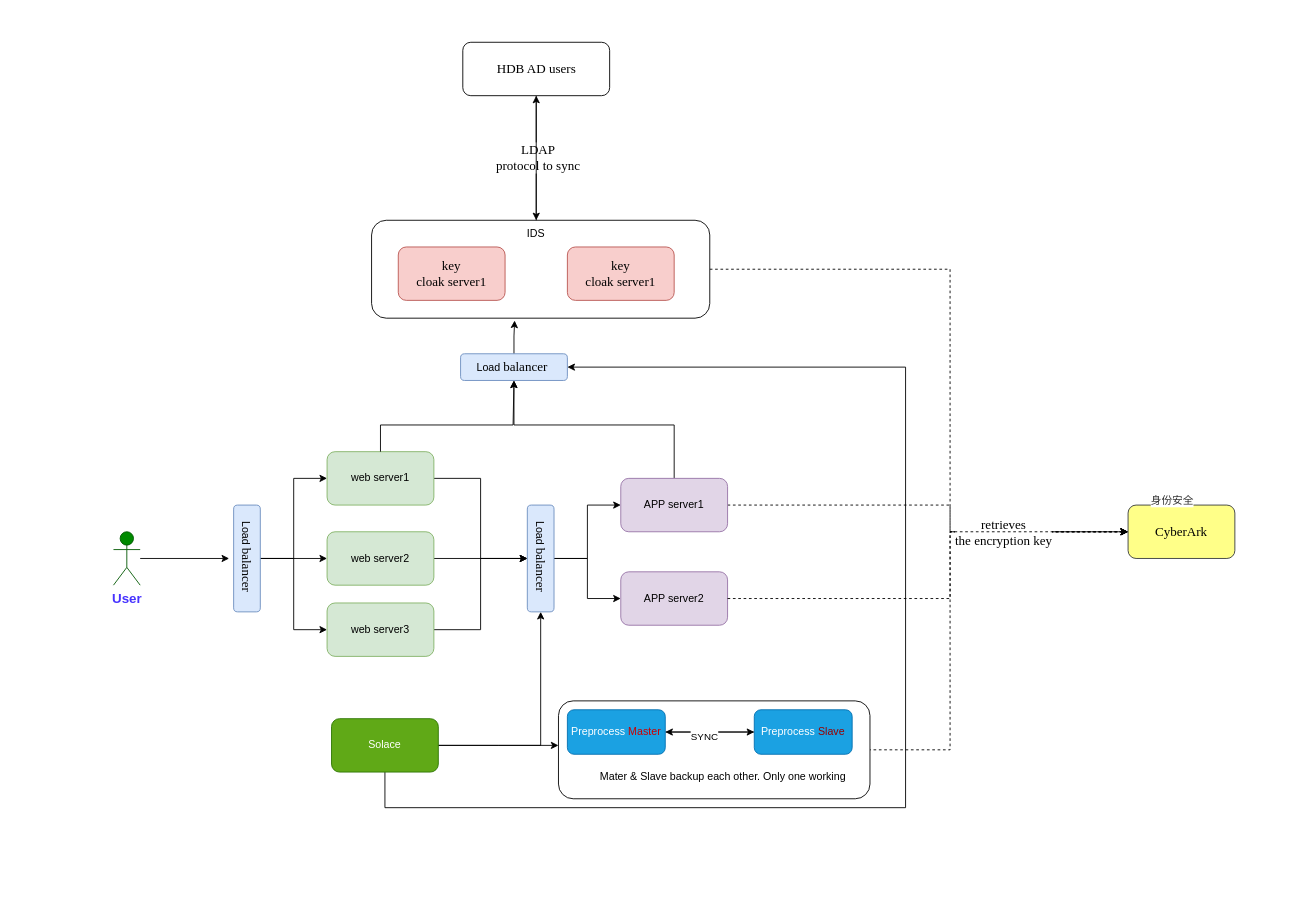
The draw.io diagram page "System Arth" (3 of 3) of design-uml/src/main/Untitled Diagram.drawio in alvin-zj/MyUml, before the edit. Source tidied: cells renumbered, new cells numbered last; positions are measured from the earlier drawing's top-left corner, leaving out a move shared by most shapes. Both pictures are drawn from the tidied source at 89%, with x=0, y=0 at pixel (113, 42).
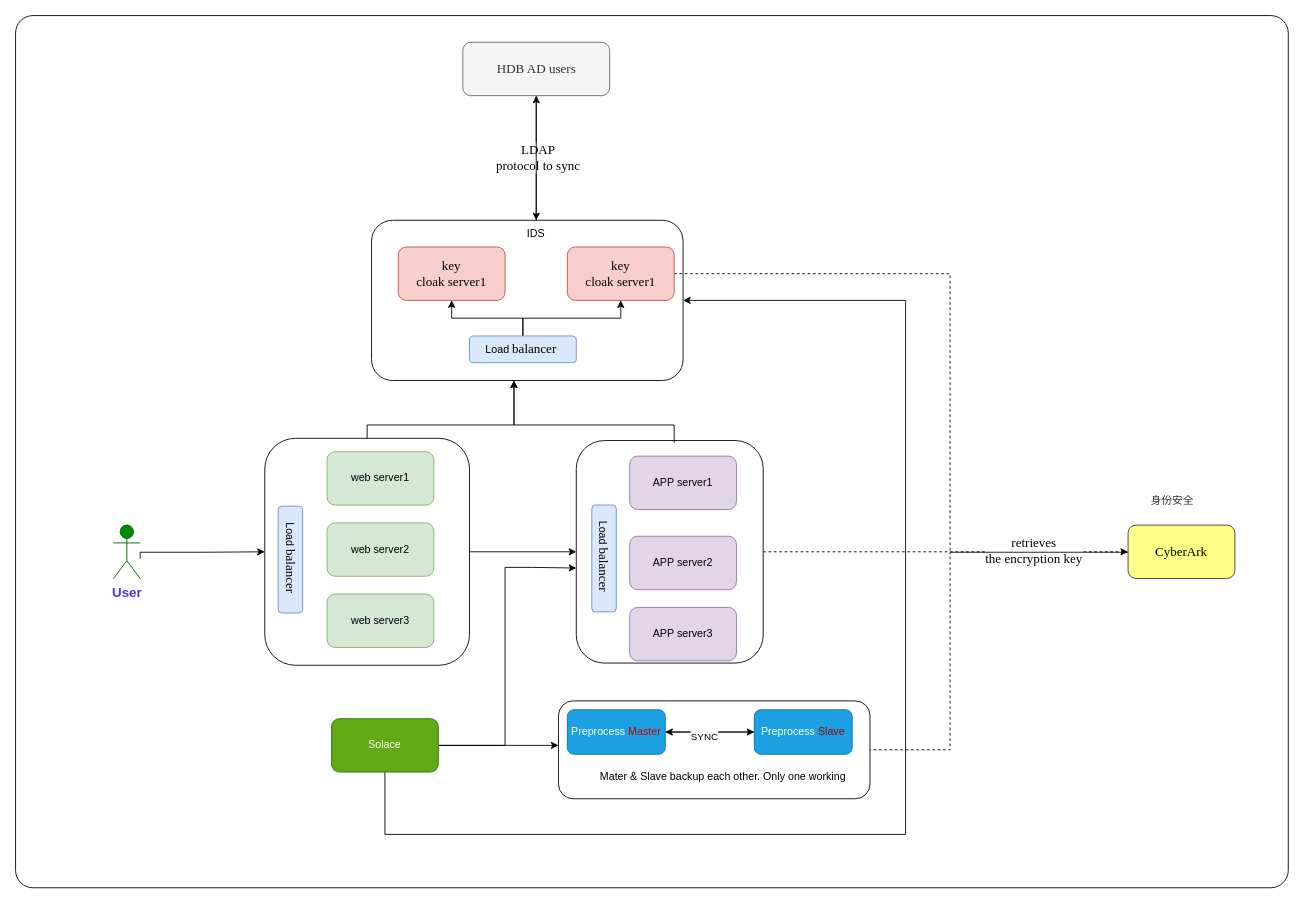
Above is the later version.

Unchanged cells that the change refers to:
```xml
<mxCell id="7" value="web server1" style="rounded=1;whiteSpace=wrap;html=1;fillColor=#d5e8d4;strokeColor=#82b366;" parent="1" vertex="1">
  <mxGeometry x="240" y="460" width="120" height="60" as="geometry" />
</mxCell>
<mxCell id="15" value="&lt;span lang=&quot;EN-US&quot; style=&quot;font-size:11.0pt;line-height:&amp;lt;br/&amp;gt;107%;font-family:&amp;quot;Times New Roman&amp;quot;,serif;mso-fareast-font-family:等线;mso-fareast-theme-font:&amp;lt;br/&amp;gt;minor-fareast;mso-bidi-font-family:Arial;mso-bidi-theme-font:minor-bidi;&amp;lt;br/&amp;gt;mso-ansi-language:EN-US;mso-fareast-language:ZH-CN;mso-bidi-language:AR-SA&quot;&gt;key&lt;br&gt;cloak server1&lt;/span&gt;" style="rounded=1;whiteSpace=wrap;html=1;fillColor=#f8cecc;strokeColor=#b85450;" parent="1" vertex="1">
  <mxGeometry x="320" y="230" width="120" height="60" as="geometry" />
</mxCell>
<mxCell id="16" value="&lt;span lang=&quot;EN-US&quot; style=&quot;font-size:11.0pt;line-height:&amp;lt;br/&amp;gt;107%;font-family:&amp;quot;Times New Roman&amp;quot;,serif;mso-fareast-font-family:等线;mso-fareast-theme-font:&amp;lt;br/&amp;gt;minor-fareast;mso-bidi-font-family:Arial;mso-bidi-theme-font:minor-bidi;&amp;lt;br/&amp;gt;mso-ansi-language:EN-US;mso-fareast-language:ZH-CN;mso-bidi-language:AR-SA&quot;&gt;key&lt;br&gt;cloak server1&lt;/span&gt;" style="rounded=1;whiteSpace=wrap;html=1;fillColor=#f8cecc;strokeColor=#b85450;" parent="1" vertex="1">
  <mxGeometry x="510" y="230" width="120" height="60" as="geometry" />
</mxCell>
<mxCell id="39" value="Solace" style="rounded=1;whiteSpace=wrap;html=1;fillColor=#60a917;fontColor=#ffffff;strokeColor=#2D7600;" parent="1" vertex="1">
  <mxGeometry x="245" y="760" width="120" height="60" as="geometry" />
</mxCell>
```

Change to the diagram source:
```diff
@@
+    <mxCell id="50" style="rounded=1;whiteSpace=wrap;html=1;arcSize=2;" parent="1" vertex="1">
+      <mxGeometry x="-110" y="-30" width="1430" height="980" as="geometry" />
+    </mxCell>
+    <mxCell id="51" style="edgeStyle=orthogonalEdgeStyle;rounded=0;jettySize=auto;html=1;entryX=0;entryY=0.5;entryDx=0;entryDy=0;dashed=1;flowAnimation=1;" parent="1" edge="1" source="53" target="46">
+      <mxGeometry relative="1" as="geometry" />
+    </mxCell>
+    <mxCell id="52" value="&lt;span style=&quot;font-family: &amp;quot;Times New Roman&amp;quot;, serif; font-size: 14.6667px;&quot;&gt;retrieves&lt;/span&gt;&lt;br style=&quot;font-family: &amp;quot;Times New Roman&amp;quot;, serif; font-size: 14.6667px;&quot;&gt;&lt;span style=&quot;font-family: &amp;quot;Times New Roman&amp;quot;, serif; font-size: 14.6667px;&quot;&gt;the encryption key&lt;/span&gt;" style="edgeLabel;html=1;align=center;verticalAlign=middle;" parent="51" vertex="1">
+      <mxGeometry x="0.48" y="1" relative="1" as="geometry" />
+    </mxCell>
+    <mxCell id="53" style="rounded=1;whiteSpace=wrap;html=1;" parent="1" vertex="1">
+      <mxGeometry x="520" y="447.5" width="210" height="250" as="geometry" />
+    </mxCell>
+    <mxCell id="54" style="edgeStyle=orthogonalEdgeStyle;rounded=0;jettySize=auto;html=1;entryX=0;entryY=0.5;entryDx=0;entryDy=0;" parent="1" edge="1" source="55" target="53">
+      <mxGeometry relative="1" as="geometry" />
+    </mxCell>
+    <mxCell id="55" style="rounded=1;whiteSpace=wrap;html=1;" parent="1" vertex="1">
+      <mxGeometry x="170" y="445" width="230" height="255" as="geometry" />
+    </mxCell>
     <mxCell id="2" style="edgeStyle=orthogonalEdgeStyle;rounded=0;jettySize=auto;html=1;entryX=0;entryY=0.5;entryDx=0;entryDy=0;dashed=1;flowAnimation=1;" parent="1" edge="1" target="46">
       <mxGeometry relative="1" as="geometry">
         <mxPoint x="800" y="795" as="sourcePoint" />
         <Array as="points">
           <mxPoint x="940" y="795" />
-          <mxPoint x="940" y="550" />
+          <mxPoint x="940" y="573" />
+          <mxPoint x="1190" y="573" />
         </Array>
       </mxGeometry>
     </mxCell>
@@
-    <mxCell id="4" style="edgeStyle=orthogonalEdgeStyle;rounded=0;jettySize=auto;html=1;entryX=0;entryY=0.5;entryDx=0;entryDy=0;dashed=1;flowAnimation=1;" parent="1" edge="1" target="46">
-      <mxGeometry relative="1" as="geometry">
-        <mxPoint x="640" y="255" as="sourcePoint" />
-        <Array as="points">
-          <mxPoint x="940" y="255" />
-          <mxPoint x="940" y="550" />
-        </Array>
-      </mxGeometry>
-    </mxCell>
-    <mxCell id="5" style="rounded=1;whiteSpace=wrap;html=1;" parent="1" vertex="1">
-      <mxGeometry x="290" y="200" width="380" height="110" as="geometry" />
+    <mxCell id="5" style="rounded=1;whiteSpace=wrap;html=1;arcSize=13;" parent="1" vertex="1">
+      <mxGeometry x="290" y="200" width="350" height="180" as="geometry" />
     </mxCell>
-    <mxCell id="6" style="edgeStyle=orthogonalEdgeStyle;rounded=0;jettySize=auto;html=1;entryX=0.5;entryY=1;entryDx=0;entryDy=0;" parent="1" edge="1" source="7" target="31">
-      <mxGeometry relative="1" as="geometry" />
-    </mxCell>
@@
-    <mxCell id="8" style="edgeStyle=orthogonalEdgeStyle;rounded=0;jettySize=auto;html=1;" parent="1" edge="1" source="10">
+    <mxCell id="8" style="edgeStyle=orthogonalEdgeStyle;rounded=0;orthogonalLoop=1;jettySize=auto;html=1;" parent="1" edge="1">
       <mxGeometry relative="1" as="geometry">
+        <mxPoint x="630" y="450" as="sourcePoint" />
         <mxPoint x="450" y="380" as="targetPoint" />
         <Array as="points">
           <mxPoint x="630" y="430" />
           <mxPoint x="450" y="430" />
         </Array>
       </mxGeometry>
     </mxCell>
-    <mxCell id="9" style="edgeStyle=orthogonalEdgeStyle;rounded=0;jettySize=auto;html=1;flowAnimation=1;dashed=1;entryX=0;entryY=0.5;entryDx=0;entryDy=0;" parent="1" edge="1" source="10" target="46">
-      <mxGeometry relative="1" as="geometry">
-        <Array as="points">
-          <mxPoint x="940" y="520" />
-          <mxPoint x="940" y="550" />
-        </Array>
-      </mxGeometry>
-    </mxCell>
     <mxCell id="10" value="APP server1" style="rounded=1;whiteSpace=wrap;html=1;fillColor=#e1d5e7;strokeColor=#9673a6;" parent="1" vertex="1">
-      <mxGeometry x="570" y="490" width="120" height="60" as="geometry" />
+      <mxGeometry x="580" y="465" width="120" height="60" as="geometry" />
     </mxCell>
-    <mxCell id="11" style="edgeStyle=orthogonalEdgeStyle;rounded=0;jettySize=auto;html=1;entryX=0.5;entryY=1;entryDx=0;entryDy=0;" parent="1" edge="1" source="12" target="31">
-      <mxGeometry relative="1" as="geometry" />
-    </mxCell>
     <mxCell id="12" value="web server2" style="rounded=1;whiteSpace=wrap;html=1;fillColor=#d5e8d4;strokeColor=#82b366;" parent="1" vertex="1">
-      <mxGeometry x="240" y="550" width="120" height="60" as="geometry" />
+      <mxGeometry x="240" y="540" width="120" height="60" as="geometry" />
     </mxCell>
-    <mxCell id="13" style="edgeStyle=orthogonalEdgeStyle;rounded=0;jettySize=auto;html=1;entryX=0.5;entryY=1;entryDx=0;entryDy=0;" parent="1" edge="1" source="14" target="31">
-      <mxGeometry relative="1" as="geometry" />
-    </mxCell>
     <mxCell id="14" value="web server3" style="rounded=1;whiteSpace=wrap;html=1;fillColor=#d5e8d4;strokeColor=#82b366;" parent="1" vertex="1">
-      <mxGeometry x="240" y="630" width="120" height="60" as="geometry" />
+      <mxGeometry x="240" y="620" width="120" height="60" as="geometry" />
     </mxCell>
@@
+    <mxCell id="56" style="edgeStyle=orthogonalEdgeStyle;rounded=0;jettySize=auto;html=1;dashed=1;flowAnimation=1;" parent="1" edge="1" source="16">
+      <mxGeometry relative="1" as="geometry">
+        <mxPoint x="1190" y="573" as="targetPoint" />
+        <Array as="points">
+          <mxPoint x="940" y="260" />
+          <mxPoint x="940" y="573" />
+        </Array>
+      </mxGeometry>
+    </mxCell>
@@
-    <mxCell id="17" style="edgeStyle=orthogonalEdgeStyle;rounded=0;orthogonalLoop=1;jettySize=auto;html=1;dashed=1;flowAnimation=1;entryX=0;entryY=0.5;entryDx=0;entryDy=0;exitX=0;exitY=0.5;exitDx=0;exitDy=0;" parent="1" edge="1" source="46" target="46">
-      <mxGeometry relative="1" as="geometry">
-        <Array as="points">
-          <mxPoint x="940" y="550" />
-          <mxPoint x="940" y="550" />
-        </Array>
-      </mxGeometry>
-    </mxCell>
-    <mxCell id="18" value="&lt;span lang=&quot;EN-SG&quot; style=&quot;font-size:11.0pt;line-height:&lt;br/&gt;107%;font-family:&amp;quot;Times New Roman&amp;quot;,serif;mso-fareast-font-family:等线;mso-fareast-theme-font:&lt;br/&gt;minor-fareast;mso-bidi-font-family:Arial;mso-bidi-theme-font:minor-bidi;&lt;br/&gt;mso-ansi-language:EN-SG;mso-fareast-language:EN-US;mso-bidi-language:AR-SA&quot;&gt;retrieves&lt;br/&gt;the encryption key&lt;/span&gt;" style="edgeLabel;html=1;align=center;verticalAlign=middle;" parent="17" vertex="1">
-      <mxGeometry x="0.33" y="3" relative="1" as="geometry">
-        <mxPoint x="-7" y="3" as="offset" />
-      </mxGeometry>
-    </mxCell>
     <mxCell id="19" value="APP server2" style="rounded=1;whiteSpace=wrap;html=1;fillColor=#e1d5e7;strokeColor=#9673a6;" parent="1" vertex="1">
-      <mxGeometry x="570" y="595" width="120" height="60" as="geometry" />
+      <mxGeometry x="580" y="555" width="120" height="60" as="geometry" />
     </mxCell>
-    <mxCell id="20" style="edgeStyle=orthogonalEdgeStyle;rounded=0;jettySize=auto;html=1;entryX=0.423;entryY=1.024;entryDx=0;entryDy=0;entryPerimeter=0;" parent="1" edge="1" source="21" target="5">
-      <mxGeometry relative="1" as="geometry" />
-    </mxCell>
+    <mxCell id="57" style="edgeStyle=orthogonalEdgeStyle;rounded=0;jettySize=auto;html=1;" parent="1" edge="1" source="21" target="15">
+      <mxGeometry relative="1" as="geometry" />
+    </mxCell>
+    <mxCell id="58" style="edgeStyle=orthogonalEdgeStyle;rounded=0;jettySize=auto;html=1;entryX=0.5;entryY=1;entryDx=0;entryDy=0;" parent="1" edge="1" source="21" target="16">
+      <mxGeometry relative="1" as="geometry" />
+    </mxCell>
     <mxCell id="21" value="Load&amp;nbsp;&lt;span lang=&quot;EN-US&quot; style=&quot;font-size:11.0pt;line-height:&lt;br/&gt;107%;font-family:&amp;quot;Times New Roman&amp;quot;,serif;mso-fareast-font-family:等线;mso-fareast-theme-font:&lt;br/&gt;minor-fareast;mso-bidi-font-family:Arial;mso-bidi-theme-font:minor-bidi;&lt;br/&gt;mso-ansi-language:EN-US;mso-fareast-language:ZH-CN;mso-bidi-language:AR-SA&quot;&gt;balancer&amp;nbsp;&lt;/span&gt;" style="rounded=1;whiteSpace=wrap;html=1;fillColor=#dae8fc;strokeColor=#6c8ebf;" parent="1" vertex="1">
-      <mxGeometry x="390" y="350" width="120" height="30" as="geometry" />
+      <mxGeometry x="400" y="330" width="120" height="30" as="geometry" />
     </mxCell>
@@
-    <mxCell id="25" style="edgeStyle=orthogonalEdgeStyle;rounded=0;jettySize=auto;html=1;entryX=0;entryY=0.5;entryDx=0;entryDy=0;" parent="1" edge="1" source="28" target="14">
-      <mxGeometry relative="1" as="geometry" />
-    </mxCell>
-    <mxCell id="26" style="edgeStyle=orthogonalEdgeStyle;rounded=0;jettySize=auto;html=1;entryX=0;entryY=0.5;entryDx=0;entryDy=0;" parent="1" edge="1" source="28" target="12">
-      <mxGeometry relative="1" as="geometry" />
-    </mxCell>
-    <mxCell id="27" style="edgeStyle=orthogonalEdgeStyle;rounded=0;jettySize=auto;html=1;entryX=0;entryY=0.5;entryDx=0;entryDy=0;" parent="1" edge="1" source="28" target="7">
-      <mxGeometry relative="1" as="geometry" />
-    </mxCell>
     <mxCell id="28" value="Load&amp;nbsp;&lt;span lang=&quot;EN-US&quot; style=&quot;font-size:11.0pt;line-height:&lt;br/&gt;107%;font-family:&amp;quot;Times New Roman&amp;quot;,serif;mso-fareast-font-family:等线;mso-fareast-theme-font:&lt;br/&gt;minor-fareast;mso-bidi-font-family:Arial;mso-bidi-theme-font:minor-bidi;&lt;br/&gt;mso-ansi-language:EN-US;mso-fareast-language:ZH-CN;mso-bidi-language:AR-SA&quot;&gt;balancer&amp;nbsp;&lt;/span&gt;" style="rounded=1;whiteSpace=wrap;html=1;rotation=90;fillColor=#dae8fc;strokeColor=#6c8ebf;" parent="1" vertex="1">
-      <mxGeometry x="90" y="565" width="120" height="30" as="geometry" />
+      <mxGeometry x="138.8" y="567.5" width="120" height="27.5" as="geometry" />
     </mxCell>
-    <mxCell id="29" style="edgeStyle=orthogonalEdgeStyle;rounded=0;jettySize=auto;html=1;" parent="1" edge="1" source="31" target="10">
-      <mxGeometry relative="1" as="geometry" />
-    </mxCell>
-    <mxCell id="30" style="edgeStyle=orthogonalEdgeStyle;rounded=0;jettySize=auto;html=1;entryX=0;entryY=0.5;entryDx=0;entryDy=0;" parent="1" edge="1" source="31" target="19">
-      <mxGeometry relative="1" as="geometry" />
-    </mxCell>
     <mxCell id="31" value="Load&amp;nbsp;&lt;span lang=&quot;EN-US&quot; style=&quot;font-size:11.0pt;line-height:&lt;br/&gt;107%;font-family:&amp;quot;Times New Roman&amp;quot;,serif;mso-fareast-font-family:等线;mso-fareast-theme-font:&lt;br/&gt;minor-fareast;mso-bidi-font-family:Arial;mso-bidi-theme-font:minor-bidi;&lt;br/&gt;mso-ansi-language:EN-US;mso-fareast-language:ZH-CN;mso-bidi-language:AR-SA&quot;&gt;balancer&amp;nbsp;&lt;/span&gt;" style="rounded=1;whiteSpace=wrap;html=1;rotation=90;fillColor=#dae8fc;strokeColor=#6c8ebf;" parent="1" vertex="1">
-      <mxGeometry x="420" y="565" width="120" height="30" as="geometry" />
+      <mxGeometry x="491.2" y="566.2" width="120" height="27.5" as="geometry" />
     </mxCell>
-    <mxCell id="32" style="edgeStyle=orthogonalEdgeStyle;rounded=0;orthogonalLoop=1;jettySize=auto;html=1;" parent="1" edge="1">
+    <mxCell id="32" style="edgeStyle=orthogonalEdgeStyle;rounded=0;jettySize=auto;html=1;entryX=0;entryY=0.5;entryDx=0;entryDy=0;" parent="1" edge="1" target="55">
       <mxGeometry relative="1" as="geometry">
         <mxPoint x="30" y="580" as="sourcePoint" />
-        <mxPoint x="130" y="580" as="targetPoint" />
+        <Array as="points">
+          <mxPoint x="30" y="573" />
+          <mxPoint x="101" y="573" />
+        </Array>
       </mxGeometry>
     </mxCell>
-    <mxCell id="33" style="edgeStyle=orthogonalEdgeStyle;rounded=0;jettySize=auto;html=1;" parent="1" edge="1" source="7">
+    <mxCell id="33" style="edgeStyle=orthogonalEdgeStyle;rounded=0;jettySize=auto;html=1;exitX=0.5;exitY=0;exitDx=0;exitDy=0;" parent="1" edge="1" source="55">
       <mxGeometry relative="1" as="geometry">
         <mxPoint x="450" y="380" as="targetPoint" />
         <Array as="points">
-          <mxPoint x="300" y="430" />
-          <mxPoint x="449" y="430" />
+          <mxPoint x="285" y="430" />
+          <mxPoint x="450" y="430" />
         </Array>
       </mxGeometry>
     </mxCell>
@@
-    <mxCell id="36" style="edgeStyle=orthogonalEdgeStyle;rounded=0;jettySize=auto;html=1;entryX=1;entryY=0.5;entryDx=0;entryDy=0;" parent="1" edge="1" source="39" target="31">
+    <mxCell id="36" style="edgeStyle=orthogonalEdgeStyle;rounded=0;jettySize=auto;html=1;entryX=0;entryY=0.573;entryDx=0;entryDy=0;entryPerimeter=0;" parent="1" edge="1" source="39" target="53">
       <mxGeometry relative="1" as="geometry">
         <Array as="points">
-          <mxPoint x="480" y="790" />
+          <mxPoint x="440" y="790" />
+          <mxPoint x="440" y="590" />
+          <mxPoint x="470" y="590" />
         </Array>
       </mxGeometry>
     </mxCell>
@@
-    <mxCell id="38" style="edgeStyle=orthogonalEdgeStyle;rounded=0;jettySize=auto;html=1;entryX=1;entryY=0.5;entryDx=0;entryDy=0;exitX=0.5;exitY=1;exitDx=0;exitDy=0;" parent="1" edge="1" source="39" target="21">
+    <mxCell id="38" style="edgeStyle=orthogonalEdgeStyle;rounded=0;jettySize=auto;html=1;entryX=1;entryY=0.5;entryDx=0;entryDy=0;exitX=0.5;exitY=1;exitDx=0;exitDy=0;" parent="1" edge="1" source="39" target="5">
       <mxGeometry relative="1" as="geometry">
         <Array as="points">
-          <mxPoint x="305" y="860" />
-          <mxPoint x="890" y="860" />
-          <mxPoint x="890" y="365" />
+          <mxPoint x="305" y="890" />
+          <mxPoint x="890" y="890" />
+          <mxPoint x="890" y="290" />
         </Array>
       </mxGeometry>
     </mxCell>
@@
     <mxCell id="40" value="&lt;font style=&quot;font-size: 15px; color: rgb(71, 51, 255);&quot;&gt;&lt;b&gt;User&lt;/b&gt;&lt;/font&gt;" style="shape=umlActor;verticalLabelPosition=bottom;verticalAlign=top;html=1;fillColor=#008a00;fontColor=#ffffff;strokeColor=#005700;" parent="1" vertex="1">
-      <mxGeometry y="550" width="30" height="60" as="geometry" />
+      <mxGeometry y="542.5" width="30" height="60" as="geometry" />
     </mxCell>
@@
-    <mxCell id="45" style="edgeStyle=orthogonalEdgeStyle;rounded=0;jettySize=auto;html=1;dashed=1;flowAnimation=1;" parent="1" edge="1" source="19" target="46">
-      <mxGeometry relative="1" as="geometry">
-        <Array as="points">
-          <mxPoint x="940" y="625" />
-          <mxPoint x="940" y="550" />
-        </Array>
-      </mxGeometry>
-    </mxCell>
     <mxCell id="46" value="&lt;div style=&quot;&quot;&gt;&lt;span style=&quot;font-family: &amp;quot;Times New Roman&amp;quot;, serif; font-size: 11pt; background-color: transparent; color: light-dark(rgb(0, 0, 0), rgb(255, 255, 255));&quot;&gt;CyberArk&lt;/span&gt;&lt;/div&gt;" style="rounded=1;whiteSpace=wrap;html=1;fillColor=#ffff88;strokeColor=#36393d;" parent="1" vertex="1">
-      <mxGeometry x="1140" y="520" width="120" height="60" as="geometry" />
+      <mxGeometry x="1140" y="542.5" width="120" height="60" as="geometry" />
     </mxCell>
@@
-    <mxCell id="48" value="&lt;br&gt;&lt;span lang=&quot;EN-US&quot; style=&quot;font-size:11.0pt;line-height:&amp;lt;br/&amp;gt;107%;font-family:&amp;quot;Times New Roman&amp;quot;,serif;mso-fareast-font-family:等线;mso-fareast-theme-font:&amp;lt;br/&amp;gt;minor-fareast;mso-bidi-font-family:Arial;mso-bidi-theme-font:minor-bidi;&amp;lt;br/&amp;gt;mso-ansi-language:EN-US;mso-fareast-language:ZH-CN;mso-bidi-language:AR-SA&quot;&gt;HDB AD users&lt;/span&gt;&lt;div&gt;&lt;br&gt;&lt;/div&gt;" style="rounded=1;whiteSpace=wrap;html=1;" parent="1" vertex="1">
+    <mxCell id="48" value="&lt;br&gt;&lt;span lang=&quot;EN-US&quot; style=&quot;font-size:11.0pt;line-height:&amp;lt;br/&amp;gt;107%;font-family:&amp;quot;Times New Roman&amp;quot;,serif;mso-fareast-font-family:等线;mso-fareast-theme-font:&amp;lt;br/&amp;gt;minor-fareast;mso-bidi-font-family:Arial;mso-bidi-theme-font:minor-bidi;&amp;lt;br/&amp;gt;mso-ansi-language:EN-US;mso-fareast-language:ZH-CN;mso-bidi-language:AR-SA&quot;&gt;HDB AD users&lt;/span&gt;&lt;div&gt;&lt;br&gt;&lt;/div&gt;" style="rounded=1;whiteSpace=wrap;html=1;fillColor=#f5f5f5;fontColor=#333333;strokeColor=#666666;" parent="1" vertex="1">
       <mxGeometry x="392.5" width="165" height="60" as="geometry" />
     </mxCell>
@@
+    <mxCell id="59" value="APP server3" style="rounded=1;whiteSpace=wrap;html=1;fillColor=#e1d5e7;strokeColor=#9673a6;" parent="1" vertex="1">
+      <mxGeometry x="580" y="635" width="120" height="60" as="geometry" />
+    </mxCell>
```
